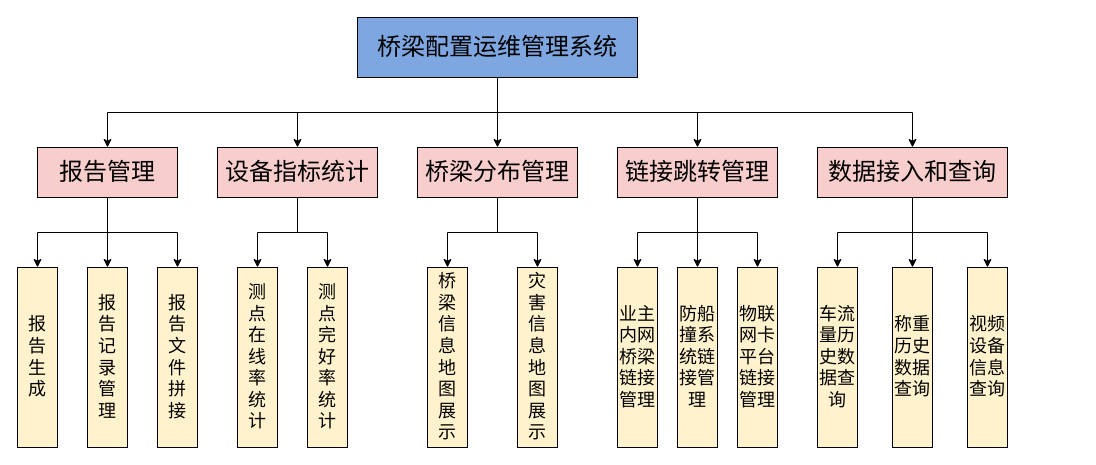
Above: 未命名绘图.drawio in PXNPXN/android_guess (draw.io), before the change. Source tidied: cells renumbered, new cells numbered last; positions are measured from the earlier drawing's top-left corner, leaving out a move shared by most shapes. Both pictures are drawn from the tidied source at 100%, with x=0, y=0 at pixel (17, 17).
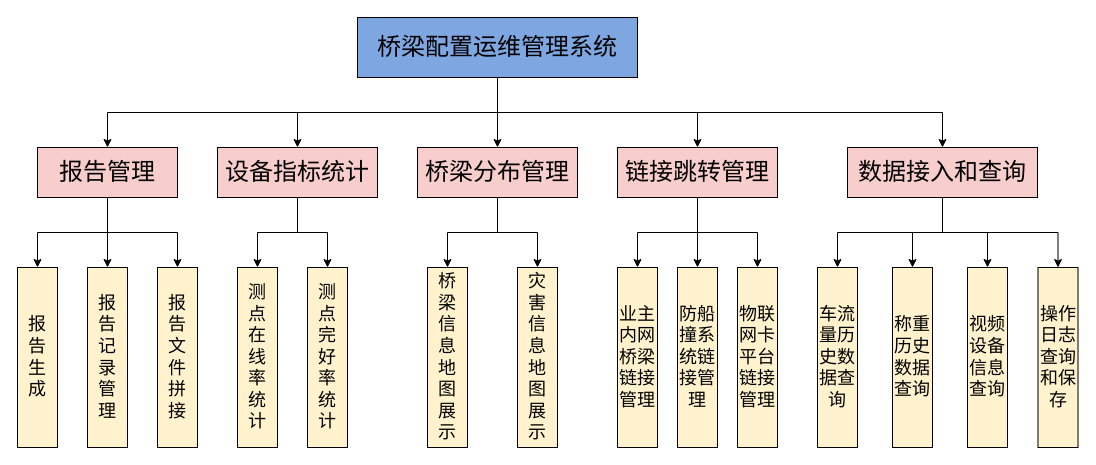
Above is the later version.

Commit message:
更新未命名绘图.drawio

What changed in the source:
```diff
@@
+    <mxCell id="39" style="edgeStyle=orthogonalEdgeStyle;rounded=0;jettySize=auto;html=1;exitX=0.5;exitY=1;exitDx=0;exitDy=0;entryX=0.5;entryY=0;entryDx=0;entryDy=0;" parent="1" edge="1" source="25" target="40">
+      <mxGeometry relative="1" as="geometry" />
+    </mxCell>
     <mxCell id="25" value="&lt;span style=&quot;font-size: 24px;&quot;&gt;数据接入和查询&lt;/span&gt;" style="rounded=0;whiteSpace=wrap;html=1;fillColor=#F8CECC;" parent="1" vertex="1">
-      <mxGeometry x="800" y="130" width="190" height="50" as="geometry" />
+      <mxGeometry x="830" y="130" width="190" height="50" as="geometry" />
     </mxCell>
@@
+    <mxCell id="40" value="&lt;span style=&quot;font-size: 18px;&quot;&gt;操作日志查询和保存&lt;/span&gt;" style="rounded=0;whiteSpace=wrap;html=1;fillColor=#FFF2CC;" parent="1" vertex="1">
+      <mxGeometry x="1020.5" y="250" width="40" height="180" as="geometry" />
+    </mxCell>
```
